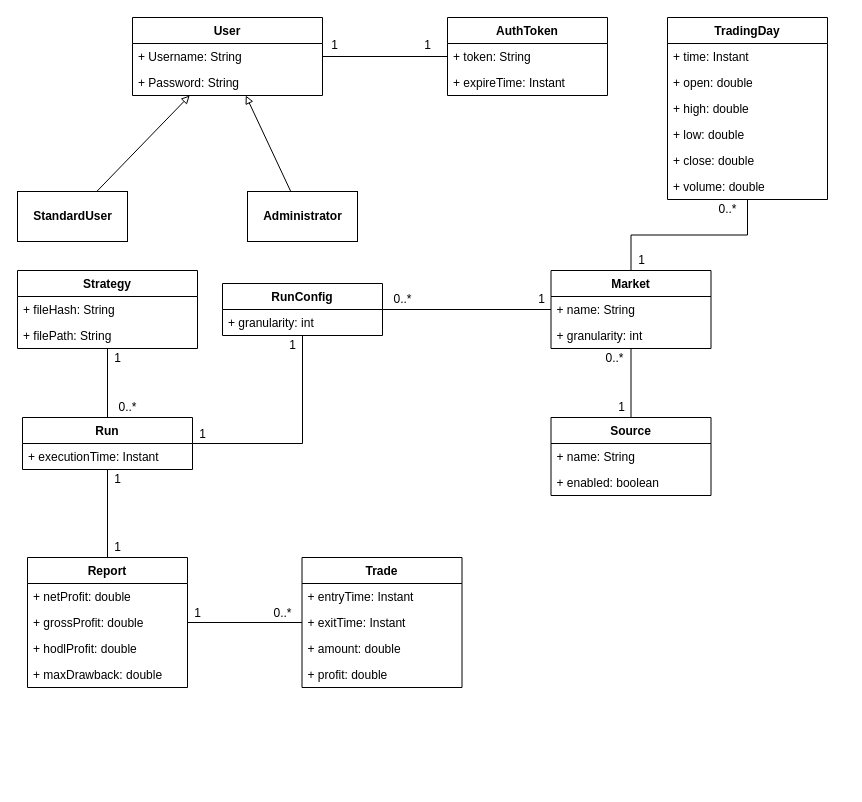
Before: drawio/datamodel.drawio in nferrante1/lsmsd2, a draw.io diagram. Source tidied: cells renumbered, new cells numbered last; positions are measured from the earlier drawing's top-left corner, leaving out a move shared by most shapes. Both pictures are drawn from the tidied source at 100%, with x=0, y=0 at pixel (17, 17).
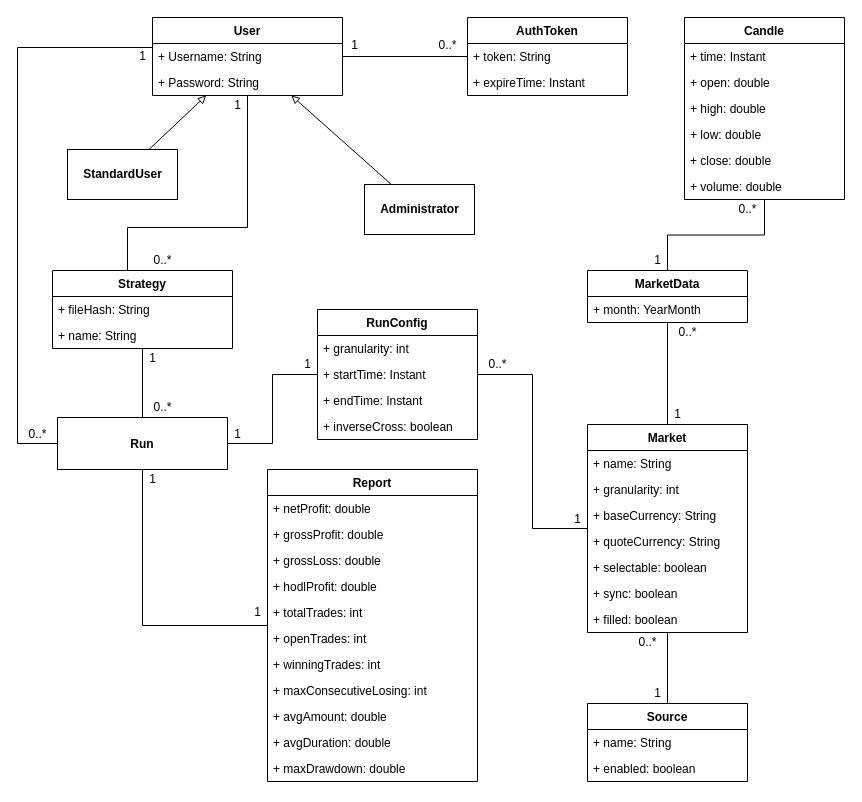
The same page after the edit.

Commit message:
New analysis classes diagram

Diff of the diagram source:
```diff
@@
     <mxCell id="3" value="User" style="swimlane;fontStyle=1;align=center;verticalAlign=top;horizontal=1;startSize=26;" parent="1" vertex="1">
-      <mxGeometry x="115" width="190" height="78" as="geometry" />
+      <mxGeometry x="135" width="190" height="78" as="geometry" />
     </mxCell>
@@
+    <mxCell id="67" style="edgeStyle=orthogonalEdgeStyle;rounded=0;jettySize=auto;html=1;endArrow=none;endFill=0;" parent="1" edge="1" source="7" target="3">
+      <mxGeometry relative="1" as="geometry">
+        <Array as="points">
+          <mxPoint x="110" y="210" />
+          <mxPoint x="230" y="210" />
+        </Array>
+      </mxGeometry>
+    </mxCell>
     <mxCell id="7" value="Strategy" style="swimlane;fontStyle=1;align=center;verticalAlign=top;horizontal=1;startSize=26;" parent="1" vertex="1">
-      <mxGeometry y="253" width="180" height="78" as="geometry" />
+      <mxGeometry x="35" y="253" width="180" height="78" as="geometry" />
     </mxCell>
@@
-    <mxCell id="9" value="+ filePath: String" style="text;strokeColor=none;fillColor=none;align=left;verticalAlign=top;spacingLeft=4;spacingRight=4;overflow=hidden;" parent="7" vertex="1">
+    <mxCell id="9" value="+ name: String" style="text;strokeColor=none;fillColor=none;align=left;verticalAlign=top;spacingLeft=4;spacingRight=4;overflow=hidden;" parent="7" vertex="1">
       <mxGeometry y="52" width="180" height="26" as="geometry" />
     </mxCell>
     <mxCell id="10" style="group;" parent="1" vertex="1">
-      <mxGeometry x="120" y="222" as="geometry" />
+      <mxGeometry x="140" y="222" as="geometry" />
     </mxCell>
@@
     <mxCell id="12" value="StandardUser" style="html=1;fontStyle=1;" parent="1" vertex="1">
-      <mxGeometry y="174" width="110" height="50" as="geometry" />
+      <mxGeometry x="50" y="132" width="110" height="50" as="geometry" />
     </mxCell>
@@
     <mxCell id="14" value="Administrator" style="html=1;fontStyle=1;" parent="1" vertex="1">
-      <mxGeometry x="230" y="174" width="110" height="50" as="geometry" />
+      <mxGeometry x="347" y="167" width="110" height="50" as="geometry" />
     </mxCell>
     <mxCell id="15" value="AuthToken" style="swimlane;fontStyle=1;align=center;verticalAlign=top;horizontal=1;startSize=26;" parent="1" vertex="1">
-      <mxGeometry x="430" width="160" height="78" as="geometry" />
+      <mxGeometry x="450" width="160" height="78" as="geometry" />
     </mxCell>
@@
     <mxCell id="18" value="1" style="text;html=1;align=center;verticalAlign=middle;" parent="1" vertex="1">
-      <mxGeometry x="307" y="18" width="20" height="20" as="geometry" />
+      <mxGeometry x="327" y="18" width="20" height="20" as="geometry" />
     </mxCell>
-    <mxCell id="19" value="1" style="text;html=1;align=center;verticalAlign=middle;" parent="1" vertex="1">
-      <mxGeometry x="399.8" y="18" width="20" height="20" as="geometry" />
+    <mxCell id="19" value="0..*" style="text;html=1;align=center;verticalAlign=middle;" parent="1" vertex="1">
+      <mxGeometry x="409.8" y="18" width="40" height="20" as="geometry" />
     </mxCell>
     <mxCell id="20" style="edgeStyle=orthogonalEdgeStyle;rounded=0;jettySize=auto;html=1;endArrow=none;endFill=0;" parent="1" edge="1" source="22" target="33">
-      <mxGeometry relative="1" as="geometry" />
+      <mxGeometry relative="1" as="geometry">
+        <Array as="points">
+          <mxPoint x="125" y="608" />
+        </Array>
+      </mxGeometry>
     </mxCell>
@@
+    <mxCell id="68" style="edgeStyle=orthogonalEdgeStyle;rounded=0;jettySize=auto;html=1;endArrow=none;endFill=0;" parent="1" edge="1" source="22" target="3">
+      <mxGeometry relative="1" as="geometry">
+        <Array as="points">
+          <mxPoint y="426" />
+          <mxPoint y="30" />
+        </Array>
+      </mxGeometry>
+    </mxCell>
-    <mxCell id="22" value="Run" style="swimlane;fontStyle=1;align=center;verticalAlign=top;horizontal=1;startSize=26;" parent="1" vertex="1">
-      <mxGeometry x="5" y="400" width="170" height="52" as="geometry" />
+    <mxCell id="22" value="Run" style="swimlane;fontStyle=1;align=center;verticalAlign=middle;horizontal=1;startSize=52;" parent="1" vertex="1">
+      <mxGeometry x="40" y="400" width="170" height="52" as="geometry" />
     </mxCell>
-    <mxCell id="23" value="+ executionTime: Instant" style="text;strokeColor=none;fillColor=none;align=left;verticalAlign=top;spacingLeft=4;spacingRight=4;overflow=hidden;" parent="22" vertex="1">
-      <mxGeometry y="26" width="170" height="26" as="geometry" />
-    </mxCell>
@@
     <mxCell id="25" value="RunConfig" style="swimlane;fontStyle=1;align=center;verticalAlign=top;horizontal=1;startSize=26;" parent="1" vertex="1">
-      <mxGeometry x="205" y="266" width="160" height="52" as="geometry" />
+      <mxGeometry x="300" y="292" width="160" height="130" as="geometry" />
     </mxCell>
@@
+    <mxCell id="69" value="+ startTime: Instant" style="text;strokeColor=none;fillColor=none;align=left;verticalAlign=top;spacingLeft=4;spacingRight=4;overflow=hidden;" parent="25" vertex="1">
+      <mxGeometry y="52" width="160" height="26" as="geometry" />
+    </mxCell>
+    <mxCell id="70" value="+ endTime: Instant" style="text;strokeColor=none;fillColor=none;align=left;verticalAlign=top;spacingLeft=4;spacingRight=4;overflow=hidden;" parent="25" vertex="1">
+      <mxGeometry y="78" width="160" height="26" as="geometry" />
+    </mxCell>
+    <mxCell id="71" value="+ inverseCross: boolean" style="text;strokeColor=none;fillColor=none;align=left;verticalAlign=top;spacingLeft=4;spacingRight=4;overflow=hidden;" parent="25" vertex="1">
+      <mxGeometry y="104" width="160" height="26" as="geometry" />
+    </mxCell>
-    <mxCell id="27" style="edgeStyle=orthogonalEdgeStyle;rounded=0;jettySize=auto;html=1;endArrow=none;endFill=0;" parent="1" edge="1" source="29" target="51">
+    <mxCell id="27" style="edgeStyle=orthogonalEdgeStyle;rounded=0;jettySize=auto;html=1;endArrow=none;endFill=0;" parent="1" edge="1" source="29" target="89">
       <mxGeometry relative="1" as="geometry" />
     </mxCell>
@@
     <mxCell id="29" value="Market" style="swimlane;fontStyle=1;align=center;verticalAlign=top;horizontal=1;startSize=26;" parent="1" vertex="1">
-      <mxGeometry x="533.5" y="253" width="160" height="78" as="geometry" />
+      <mxGeometry x="570" y="407" width="160" height="208" as="geometry" />
     </mxCell>
@@
-    <mxCell id="32" style="edgeStyle=orthogonalEdgeStyle;rounded=0;jettySize=auto;html=1;endArrow=none;endFill=0;" parent="1" edge="1" source="33" target="38">
-      <mxGeometry relative="1" as="geometry" />
-    </mxCell>
+    <mxCell id="72" value="+ baseCurrency: String" style="text;strokeColor=none;fillColor=none;align=left;verticalAlign=top;spacingLeft=4;spacingRight=4;overflow=hidden;" parent="29" vertex="1">
+      <mxGeometry y="78" width="160" height="26" as="geometry" />
+    </mxCell>
+    <mxCell id="73" value="+ quoteCurrency: String" style="text;strokeColor=none;fillColor=none;align=left;verticalAlign=top;spacingLeft=4;spacingRight=4;overflow=hidden;" parent="29" vertex="1">
+      <mxGeometry y="104" width="160" height="26" as="geometry" />
+    </mxCell>
+    <mxCell id="74" value="+ selectable: boolean" style="text;strokeColor=none;fillColor=none;align=left;verticalAlign=top;spacingLeft=4;spacingRight=4;overflow=hidden;" parent="29" vertex="1">
+      <mxGeometry y="130" width="160" height="26" as="geometry" />
+    </mxCell>
+    <mxCell id="75" value="+ sync: boolean" style="text;strokeColor=none;fillColor=none;align=left;verticalAlign=top;spacingLeft=4;spacingRight=4;overflow=hidden;" parent="29" vertex="1">
+      <mxGeometry y="156" width="160" height="26" as="geometry" />
+    </mxCell>
+    <mxCell id="76" value="+ filled: boolean" style="text;strokeColor=none;fillColor=none;align=left;verticalAlign=top;spacingLeft=4;spacingRight=4;overflow=hidden;" parent="29" vertex="1">
+      <mxGeometry y="182" width="160" height="26" as="geometry" />
+    </mxCell>
     <mxCell id="33" value="Report" style="swimlane;fontStyle=1;align=center;verticalAlign=top;horizontal=1;startSize=26;" parent="1" vertex="1">
-      <mxGeometry x="10" y="540" width="160" height="130" as="geometry" />
+      <mxGeometry x="250" y="452" width="210" height="312" as="geometry" />
     </mxCell>
     <mxCell id="34" value="+ netProfit: double" style="text;strokeColor=none;fillColor=none;align=left;verticalAlign=top;spacingLeft=4;spacingRight=4;overflow=hidden;" parent="33" vertex="1">
-      <mxGeometry y="26" width="160" height="26" as="geometry" />
+      <mxGeometry y="26" width="210" height="26" as="geometry" />
     </mxCell>
     <mxCell id="35" value="+ grossProfit: double" style="text;strokeColor=none;fillColor=none;align=left;verticalAlign=top;spacingLeft=4;spacingRight=4;overflow=hidden;" parent="33" vertex="1">
-      <mxGeometry y="52" width="160" height="26" as="geometry" />
+      <mxGeometry y="52" width="210" height="26" as="geometry" />
     </mxCell>
+    <mxCell id="77" value="+ grossLoss: double" style="text;strokeColor=none;fillColor=none;align=left;verticalAlign=top;spacingLeft=4;spacingRight=4;overflow=hidden;" parent="33" vertex="1">
+      <mxGeometry y="78" width="210" height="26" as="geometry" />
+    </mxCell>
     <mxCell id="36" value="+ hodlProfit: double" style="text;strokeColor=none;fillColor=none;align=left;verticalAlign=top;spacingLeft=4;spacingRight=4;overflow=hidden;" parent="33" vertex="1">
-      <mxGeometry y="78" width="160" height="26" as="geometry" />
+      <mxGeometry y="104" width="210" height="26" as="geometry" />
     </mxCell>
+    <mxCell id="78" value="+ totalTrades: int" style="text;strokeColor=none;fillColor=none;align=left;verticalAlign=top;spacingLeft=4;spacingRight=4;overflow=hidden;" parent="33" vertex="1">
+      <mxGeometry y="130" width="210" height="26" as="geometry" />
+    </mxCell>
+    <mxCell id="79" value="+ openTrades: int" style="text;strokeColor=none;fillColor=none;align=left;verticalAlign=top;spacingLeft=4;spacingRight=4;overflow=hidden;" parent="33" vertex="1">
+      <mxGeometry y="156" width="210" height="26" as="geometry" />
+    </mxCell>
+    <mxCell id="80" value="+ winningTrades: int" style="text;strokeColor=none;fillColor=none;align=left;verticalAlign=top;spacingLeft=4;spacingRight=4;overflow=hidden;" parent="33" vertex="1">
+      <mxGeometry y="182" width="210" height="26" as="geometry" />
+    </mxCell>
+    <mxCell id="81" value="+ maxConsecutiveLosing: int" style="text;strokeColor=none;fillColor=none;align=left;verticalAlign=top;spacingLeft=4;spacingRight=4;overflow=hidden;" parent="33" vertex="1">
+      <mxGeometry y="208" width="210" height="26" as="geometry" />
+    </mxCell>
+    <mxCell id="82" value="+ avgAmount: double" style="text;strokeColor=none;fillColor=none;align=left;verticalAlign=top;spacingLeft=4;spacingRight=4;overflow=hidden;" parent="33" vertex="1">
+      <mxGeometry y="234" width="210" height="26" as="geometry" />
+    </mxCell>
+    <mxCell id="83" value="+ avgDuration: double" style="text;strokeColor=none;fillColor=none;align=left;verticalAlign=top;spacingLeft=4;spacingRight=4;overflow=hidden;" parent="33" vertex="1">
+      <mxGeometry y="260" width="210" height="26" as="geometry" />
+    </mxCell>
-    <mxCell id="37" value="+ maxDrawback: double" style="text;strokeColor=none;fillColor=none;align=left;verticalAlign=top;spacingLeft=4;spacingRight=4;overflow=hidden;" parent="33" vertex="1">
-      <mxGeometry y="104" width="160" height="26" as="geometry" />
+    <mxCell id="37" value="+ maxDrawdown: double" style="text;strokeColor=none;fillColor=none;align=left;verticalAlign=top;spacingLeft=4;spacingRight=4;overflow=hidden;" parent="33" vertex="1">
+      <mxGeometry y="286" width="210" height="26" as="geometry" />
     </mxCell>
-    <mxCell id="38" value="Trade" style="swimlane;fontStyle=1;align=center;verticalAlign=top;horizontal=1;startSize=26;" parent="1" vertex="1">
-      <mxGeometry x="284.5" y="540" width="160" height="130" as="geometry" />
-    </mxCell>
-    <mxCell id="39" value="+ entryTime: Instant" style="text;strokeColor=none;fillColor=none;align=left;verticalAlign=top;spacingLeft=4;spacingRight=4;overflow=hidden;" parent="38" vertex="1">
-      <mxGeometry y="26" width="160" height="26" as="geometry" />
-    </mxCell>
-    <mxCell id="40" value="+ exitTime: Instant" style="text;strokeColor=none;fillColor=none;align=left;verticalAlign=top;spacingLeft=4;spacingRight=4;overflow=hidden;" parent="38" vertex="1">
-      <mxGeometry y="52" width="160" height="26" as="geometry" />
-    </mxCell>
-    <mxCell id="41" value="+ amount: double" style="text;strokeColor=none;fillColor=none;align=left;verticalAlign=top;spacingLeft=4;spacingRight=4;overflow=hidden;" parent="38" vertex="1">
-      <mxGeometry y="78" width="160" height="26" as="geometry" />
-    </mxCell>
-    <mxCell id="42" value="+ profit: double" style="text;strokeColor=none;fillColor=none;align=left;verticalAlign=top;spacingLeft=4;spacingRight=4;overflow=hidden;" parent="38" vertex="1">
-      <mxGeometry y="104" width="160" height="26" as="geometry" />
-    </mxCell>
-    <mxCell id="43" value="0..*" style="text;html=1;align=center;verticalAlign=middle;" parent="1" vertex="1">
-      <mxGeometry x="244.5" y="586" width="40" height="20" as="geometry" />
-    </mxCell>
-    <mxCell id="44" value="1" style="text;html=1;align=center;verticalAlign=middle;" parent="1" vertex="1">
-      <mxGeometry x="170" y="586" width="20" height="20" as="geometry" />
-    </mxCell>
     <mxCell id="45" value="1" style="text;html=1;align=center;verticalAlign=middle;" parent="1" vertex="1">
-      <mxGeometry x="513.5" y="272" width="20" height="20" as="geometry" />
+      <mxGeometry x="550" y="492" width="20" height="20" as="geometry" />
     </mxCell>
     <mxCell id="46" value="1" style="text;html=1;align=center;verticalAlign=middle;" parent="1" vertex="1">
-      <mxGeometry x="90" y="520" width="20" height="20" as="geometry" />
+      <mxGeometry x="230" y="585" width="20" height="20" as="geometry" />
     </mxCell>
     <mxCell id="47" value="1" style="text;html=1;align=center;verticalAlign=middle;" parent="1" vertex="1">
-      <mxGeometry x="90" y="331" width="20" height="20" as="geometry" />
+      <mxGeometry x="125" y="331" width="20" height="20" as="geometry" />
     </mxCell>
     <mxCell id="48" value="1" style="text;html=1;align=center;verticalAlign=middle;" parent="1" vertex="1">
-      <mxGeometry x="593.5" y="380" width="20" height="20" as="geometry" />
+      <mxGeometry x="630" y="666" width="20" height="20" as="geometry" />
     </mxCell>
     <mxCell id="49" value="1" style="text;html=1;align=center;verticalAlign=middle;" parent="1" vertex="1">
-      <mxGeometry x="90" y="452" width="20" height="20" as="geometry" />
+      <mxGeometry x="125" y="452" width="20" height="20" as="geometry" />
     </mxCell>
     <mxCell id="50" value="0..*" style="text;html=1;align=center;verticalAlign=middle;" parent="1" vertex="1">
-      <mxGeometry x="90" y="380" width="40" height="20" as="geometry" />
+      <mxGeometry x="125" y="380" width="40" height="20" as="geometry" />
     </mxCell>
-    <mxCell id="51" value="TradingDay" style="swimlane;fontStyle=1;align=center;verticalAlign=top;horizontal=1;startSize=26;" parent="1" vertex="1">
-      <mxGeometry x="650" width="160" height="182" as="geometry" />
+    <mxCell id="51" value="Candle" style="swimlane;fontStyle=1;align=center;verticalAlign=top;horizontal=1;startSize=26;" parent="1" vertex="1">
+      <mxGeometry x="667" width="160" height="182" as="geometry" />
     </mxCell>
@@
     <mxCell id="58" value="Source" style="swimlane;fontStyle=1;align=center;verticalAlign=top;horizontal=1;startSize=26;" parent="1" vertex="1">
-      <mxGeometry x="533.5" y="400" width="160" height="78" as="geometry" />
+      <mxGeometry x="570" y="686" width="160" height="78" as="geometry" />
     </mxCell>
@@
     <mxCell id="61" value="0..*" style="text;html=1;align=center;verticalAlign=middle;" parent="1" vertex="1">
-      <mxGeometry x="365" y="272" width="40" height="20" as="geometry" />
+      <mxGeometry x="460" y="337" width="40" height="20" as="geometry" />
     </mxCell>
     <mxCell id="62" value="1" style="text;html=1;align=center;verticalAlign=middle;" parent="1" vertex="1">
-      <mxGeometry x="264.5" y="318" width="20" height="20" as="geometry" />
+      <mxGeometry x="280" y="337" width="20" height="20" as="geometry" />
     </mxCell>
     <mxCell id="63" value="1" style="text;html=1;align=center;verticalAlign=middle;" parent="1" vertex="1">
-      <mxGeometry x="175" y="407" width="20" height="20" as="geometry" />
+      <mxGeometry x="210" y="407" width="20" height="20" as="geometry" />
     </mxCell>
     <mxCell id="64" value="1" style="text;html=1;align=center;verticalAlign=middle;" parent="1" vertex="1">
-      <mxGeometry x="613.5" y="233" width="20" height="20" as="geometry" />
+      <mxGeometry x="650" y="387" width="20" height="20" as="geometry" />
     </mxCell>
     <mxCell id="65" value="0..*" style="text;html=1;align=center;verticalAlign=middle;" parent="1" vertex="1">
-      <mxGeometry x="690" y="182" width="40" height="20" as="geometry" />
+      <mxGeometry x="710" y="182" width="40" height="20" as="geometry" />
     </mxCell>
     <mxCell id="66" value="0..*" style="text;html=1;align=center;verticalAlign=middle;" parent="1" vertex="1">
-      <mxGeometry x="576.5" y="331" width="40" height="20" as="geometry" />
+      <mxGeometry x="610" y="615" width="40" height="20" as="geometry" />
     </mxCell>
+    <mxCell id="84" value="0..*" style="text;html=1;align=center;verticalAlign=middle;" parent="1" vertex="1">
+      <mxGeometry y="407" width="40" height="20" as="geometry" />
+    </mxCell>
+    <mxCell id="85" value="1" style="text;html=1;align=center;verticalAlign=middle;" parent="1" vertex="1">
+      <mxGeometry x="115" y="29" width="20" height="20" as="geometry" />
+    </mxCell>
+    <mxCell id="86" value="0..*" style="text;html=1;align=center;verticalAlign=middle;" parent="1" vertex="1">
+      <mxGeometry x="125" y="233" width="40" height="20" as="geometry" />
+    </mxCell>
+    <mxCell id="87" value="1" style="text;html=1;align=center;verticalAlign=middle;" parent="1" vertex="1">
+      <mxGeometry x="210" y="78" width="20" height="20" as="geometry" />
+    </mxCell>
+    <mxCell id="88" style="edgeStyle=orthogonalEdgeStyle;rounded=0;jettySize=auto;html=1;endArrow=none;endFill=0;" parent="1" edge="1" source="89" target="51">
+      <mxGeometry relative="1" as="geometry" />
+    </mxCell>
+    <mxCell id="89" value="MarketData" style="swimlane;fontStyle=1;align=center;verticalAlign=top;horizontal=1;startSize=26;" parent="1" vertex="1">
+      <mxGeometry x="570" y="253" width="160" height="52" as="geometry" />
+    </mxCell>
+    <mxCell id="90" value="+ month: YearMonth" style="text;strokeColor=none;fillColor=none;align=left;verticalAlign=top;spacingLeft=4;spacingRight=4;overflow=hidden;" parent="89" vertex="1">
+      <mxGeometry y="26" width="160" height="26" as="geometry" />
+    </mxCell>
+    <mxCell id="91" value="0..*" style="text;html=1;align=center;verticalAlign=middle;" parent="1" vertex="1">
+      <mxGeometry x="650" y="305" width="40" height="20" as="geometry" />
+    </mxCell>
+    <mxCell id="92" value="1" style="text;html=1;align=center;verticalAlign=middle;" parent="1" vertex="1">
+      <mxGeometry x="630" y="233" width="20" height="20" as="geometry" />
+    </mxCell>
```
